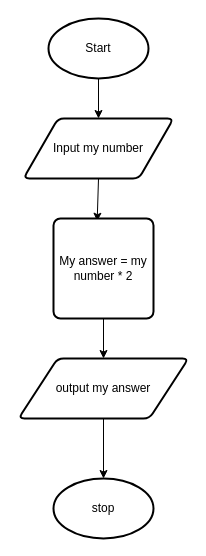
This is Problem Solving/test.drawio from sweetrellish/python_work1, a draw.io file, before an edit. Source tidied: cells renumbered, new cells numbered last; positions are measured from the earlier drawing's top-left corner, leaving out a move shared by most shapes. Both pictures are drawn from the tidied source at 100%, with x=0, y=0 at pixel (18, 18).
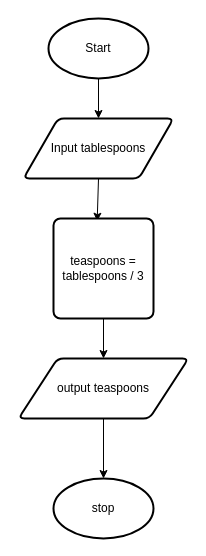
The same diagram, later.

Diff of the diagram source:
```diff
@@
 <mxGraphModel>
   <root>
     <mxCell id="0" />
     <mxCell id="1" parent="0" />
     <mxCell id="2" style="edgeStyle=none;html=1;exitX=0.5;exitY=1;exitDx=0;exitDy=0;exitPerimeter=0;entryX=0.5;entryY=0;entryDx=0;entryDy=0;" parent="1" edge="1" source="3" target="5">
       <mxGeometry relative="1" as="geometry" />
     </mxCell>
     <mxCell id="3" value="Start" style="strokeWidth=2;html=1;shape=mxgraph.flowchart.start_1;whiteSpace=wrap;" parent="1" vertex="1">
       <mxGeometry x="30" width="100" height="60" as="geometry" />
     </mxCell>
     <mxCell id="4" style="edgeStyle=none;html=1;exitX=0.5;exitY=1;exitDx=0;exitDy=0;entryX=0.437;entryY=0.027;entryDx=0;entryDy=0;entryPerimeter=0;" parent="1" edge="1" source="5" target="7">
       <mxGeometry relative="1" as="geometry" />
     </mxCell>
-    <mxCell id="5" value="Input my number" style="shape=parallelogram;html=1;strokeWidth=2;perimeter=parallelogramPerimeter;whiteSpace=wrap;rounded=1;arcSize=12;size=0.23;" parent="1" vertex="1">
+    <mxCell id="5" value="Input tablespoons" style="shape=parallelogram;html=1;strokeWidth=2;perimeter=parallelogramPerimeter;whiteSpace=wrap;rounded=1;arcSize=12;size=0.23;" parent="1" vertex="1">
       <mxGeometry x="5" y="100" width="150" height="60" as="geometry" />
     </mxCell>
     <mxCell id="6" style="edgeStyle=none;html=1;exitX=0.5;exitY=1;exitDx=0;exitDy=0;entryX=0.5;entryY=0;entryDx=0;entryDy=0;" parent="1" edge="1" source="7" target="9">
       <mxGeometry relative="1" as="geometry" />
     </mxCell>
-    <mxCell id="7" value="My answer = my number * 2" style="rounded=1;whiteSpace=wrap;html=1;absoluteArcSize=1;arcSize=14;strokeWidth=2;" parent="1" vertex="1">
+    <mxCell id="7" value="teaspoons = tablespoons / 3" style="rounded=1;whiteSpace=wrap;html=1;absoluteArcSize=1;arcSize=14;strokeWidth=2;" parent="1" vertex="1">
       <mxGeometry x="35" y="200" width="100" height="100" as="geometry" />
     </mxCell>
     <mxCell id="8" style="edgeStyle=none;html=1;exitX=0.5;exitY=1;exitDx=0;exitDy=0;entryX=0.5;entryY=0;entryDx=0;entryDy=0;entryPerimeter=0;" parent="1" edge="1" source="9" target="10">
       <mxGeometry relative="1" as="geometry" />
     </mxCell>
-    <mxCell id="9" value="output my answer" style="shape=parallelogram;html=1;strokeWidth=2;perimeter=parallelogramPerimeter;whiteSpace=wrap;rounded=1;arcSize=12;size=0.23;" parent="1" vertex="1">
+    <mxCell id="9" value="output teaspoons" style="shape=parallelogram;html=1;strokeWidth=2;perimeter=parallelogramPerimeter;whiteSpace=wrap;rounded=1;arcSize=12;size=0.23;" parent="1" vertex="1">
       <mxGeometry y="340" width="170" height="60" as="geometry" />
     </mxCell>
     <mxCell id="10" value="stop" style="strokeWidth=2;html=1;shape=mxgraph.flowchart.start_1;whiteSpace=wrap;" parent="1" vertex="1">
       <mxGeometry x="35" y="460" width="100" height="60" as="geometry" />
     </mxCell>
   </root>
 </mxGraphModel>
```
